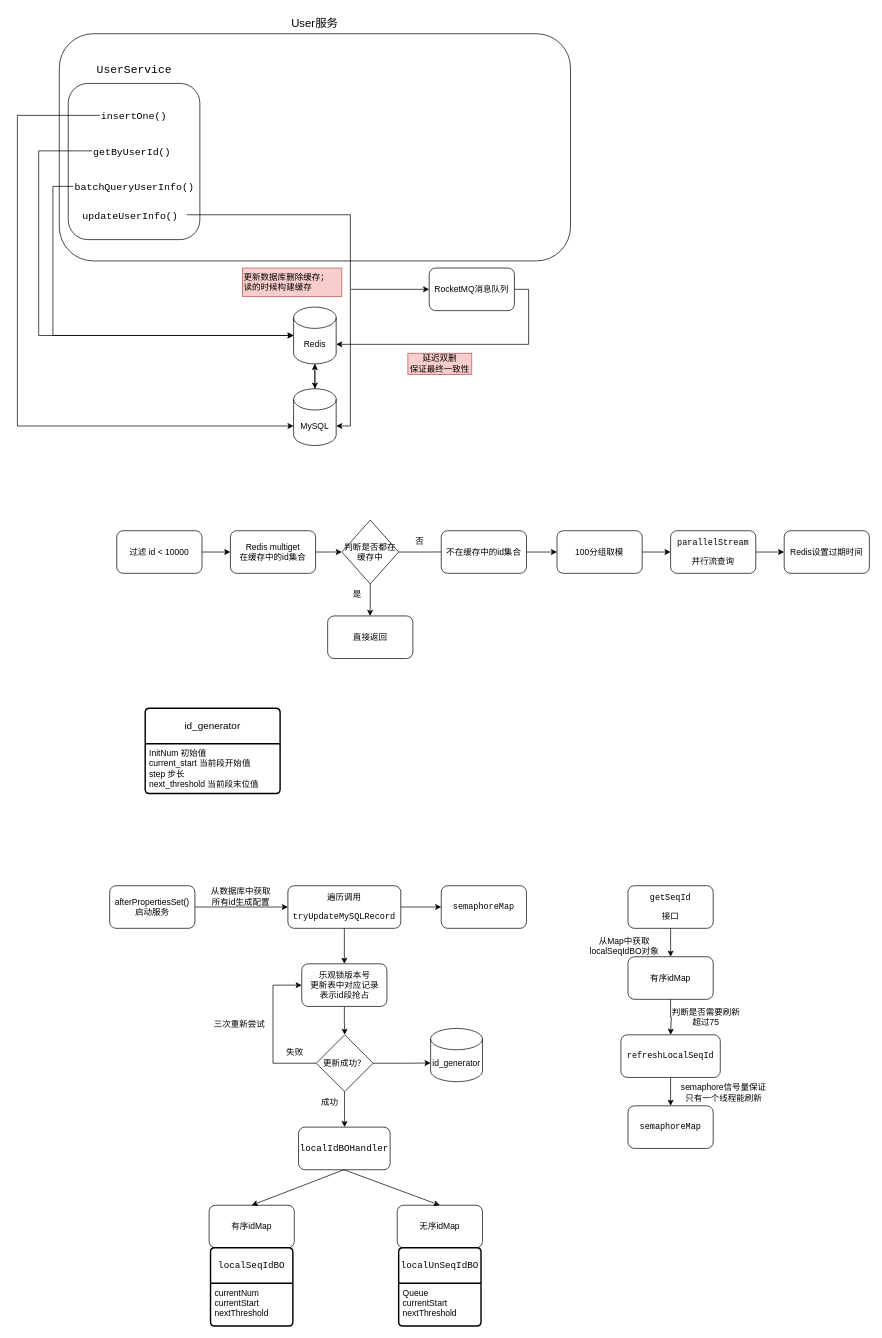
Above: 直播项目.drawio in 1155200424/diagrams (draw.io), before the change. Source tidied: cells renumbered, new cells numbered last; positions are measured from the earlier drawing's top-left corner, leaving out a move shared by most shapes. Both pictures are drawn from the tidied source at 71%, with x=0, y=0 at pixel (17, 12).
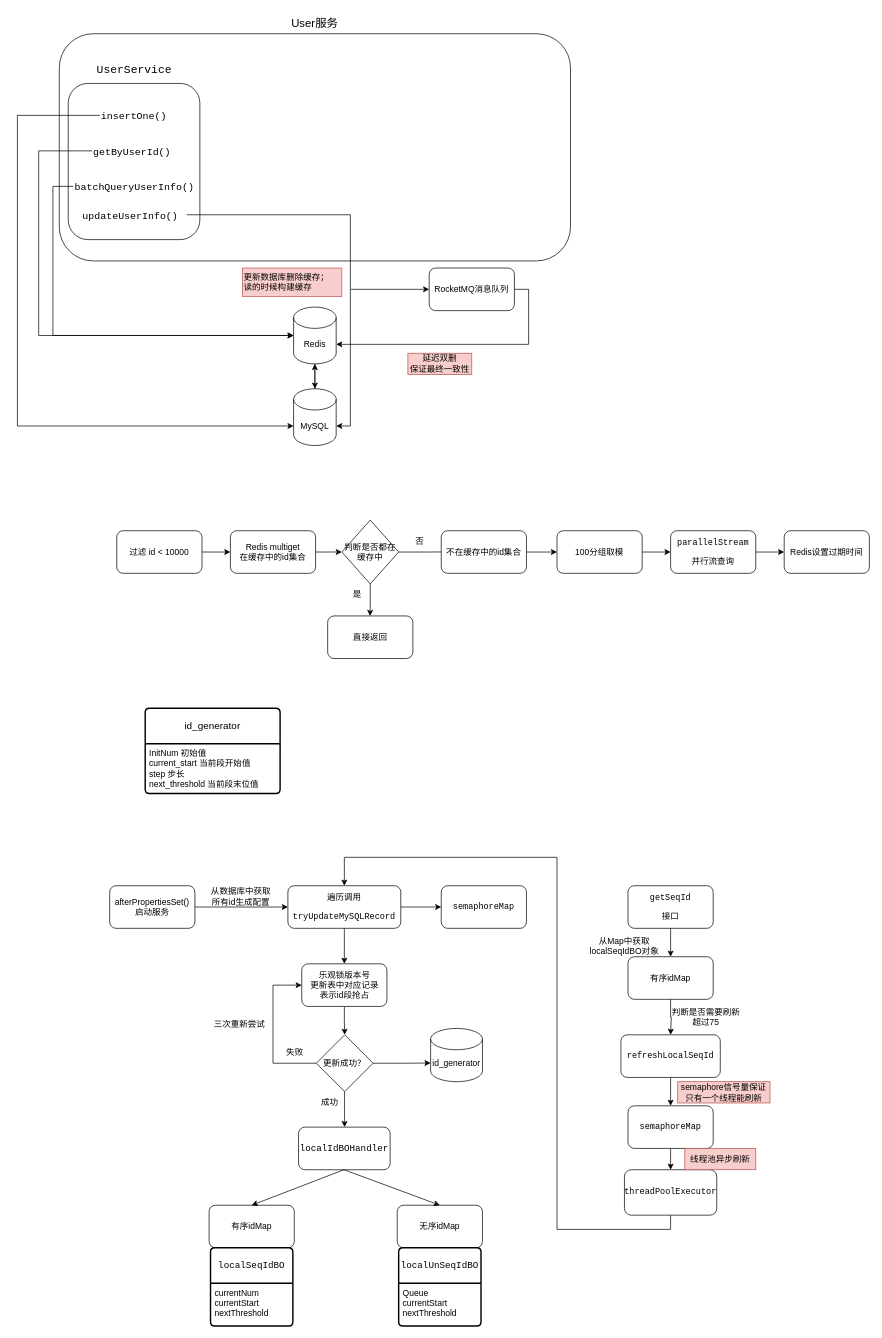
The same diagram, later.

Commit message:
更新直播项目.drawio

The change refers to these unchanged cells:
```xml
<mxCell id="47" value="&lt;div style=&quot;&quot;&gt;&lt;pre style=&quot;font-family: &amp;quot;JetBrains Mono&amp;quot;, monospace;&quot;&gt;遍历调用&lt;/pre&gt;&lt;pre style=&quot;font-family: &amp;quot;JetBrains Mono&amp;quot;, monospace;&quot;&gt;tryUpdateMySQLRecord&lt;/pre&gt;&lt;/div&gt;" style="rounded=1;whiteSpace=wrap;html=1;fontColor=default;labelBackgroundColor=none;" parent="1" vertex="1">
  <mxGeometry x="381" y="1230" width="159" height="60" as="geometry" />
</mxCell>
<mxCell id="77" value="&lt;div style=&quot;background-color:#1e1f22;color:#bcbec4&quot;&gt;&lt;pre style=&quot;font-family:'JetBrains Mono',monospace;font-size:12.0pt;&quot;&gt;&lt;pre style=&quot;border-color: var(--border-color); color: rgb(0, 0, 0); font-size: 12px; background-color: rgb(251, 251, 251); font-family: &amp;quot;JetBrains Mono&amp;quot;, monospace;&quot;&gt;&lt;font style=&quot;border-color: var(--border-color);&quot;&gt;semaphoreMap&lt;/font&gt;&lt;/pre&gt;&lt;/pre&gt;&lt;/div&gt;" style="rounded=1;whiteSpace=wrap;html=1;" parent="1" vertex="1">
  <mxGeometry x="860" y="1540" width="120" height="60" as="geometry" />
</mxCell>
```

The edit, as a diff of the source:
```diff
@@
+    <mxCell id="79" style="edgeStyle=orthogonalEdgeStyle;rounded=0;jettySize=auto;html=1;exitX=0.5;exitY=1;exitDx=0;exitDy=0;entryX=0.5;entryY=0;entryDx=0;entryDy=0;" parent="1" edge="1" source="77" target="81">
+      <mxGeometry relative="1" as="geometry" />
+    </mxCell>
@@
-    <mxCell id="78" value="semaphore信号量保证只有一个线程能刷新" style="text;html=1;align=center;verticalAlign=middle;whiteSpace=wrap;rounded=0;" parent="1" vertex="1">
+    <mxCell id="78" value="semaphore信号量保证只有一个线程能刷新" style="text;html=1;align=center;verticalAlign=middle;whiteSpace=wrap;rounded=0;fillColor=#f8cecc;strokeColor=#b85450;" parent="1" vertex="1">
       <mxGeometry x="930" y="1506" width="130" height="30" as="geometry" />
     </mxCell>
+    <mxCell id="80" style="edgeStyle=orthogonalEdgeStyle;rounded=0;jettySize=auto;html=1;exitX=0.5;exitY=1;exitDx=0;exitDy=0;entryX=0.5;entryY=0;entryDx=0;entryDy=0;" parent="1" edge="1" source="81" target="47">
+      <mxGeometry relative="1" as="geometry">
+        <Array as="points">
+          <mxPoint x="920" y="1714" />
+          <mxPoint x="760" y="1714" />
+          <mxPoint x="760" y="1190" />
+          <mxPoint x="461" y="1190" />
+        </Array>
+      </mxGeometry>
+    </mxCell>
+    <mxCell id="81" value="&lt;div style=&quot;font-size: 12px;&quot;&gt;&lt;pre style=&quot;font-family: &amp;quot;JetBrains Mono&amp;quot;, monospace; font-size: 12px;&quot;&gt;threadPoolExecutor&lt;/pre&gt;&lt;/div&gt;" style="rounded=1;whiteSpace=wrap;html=1;fontColor=default;labelBackgroundColor=none;fontSize=12;" parent="1" vertex="1">
+      <mxGeometry x="855" y="1630" width="130" height="64" as="geometry" />
+    </mxCell>
+    <mxCell id="82" value="线程池异步刷新" style="text;html=1;align=center;verticalAlign=middle;whiteSpace=wrap;rounded=0;fillColor=#f8cecc;strokeColor=#b85450;" parent="1" vertex="1">
+      <mxGeometry x="940" y="1600" width="100" height="30" as="geometry" />
+    </mxCell>
```
